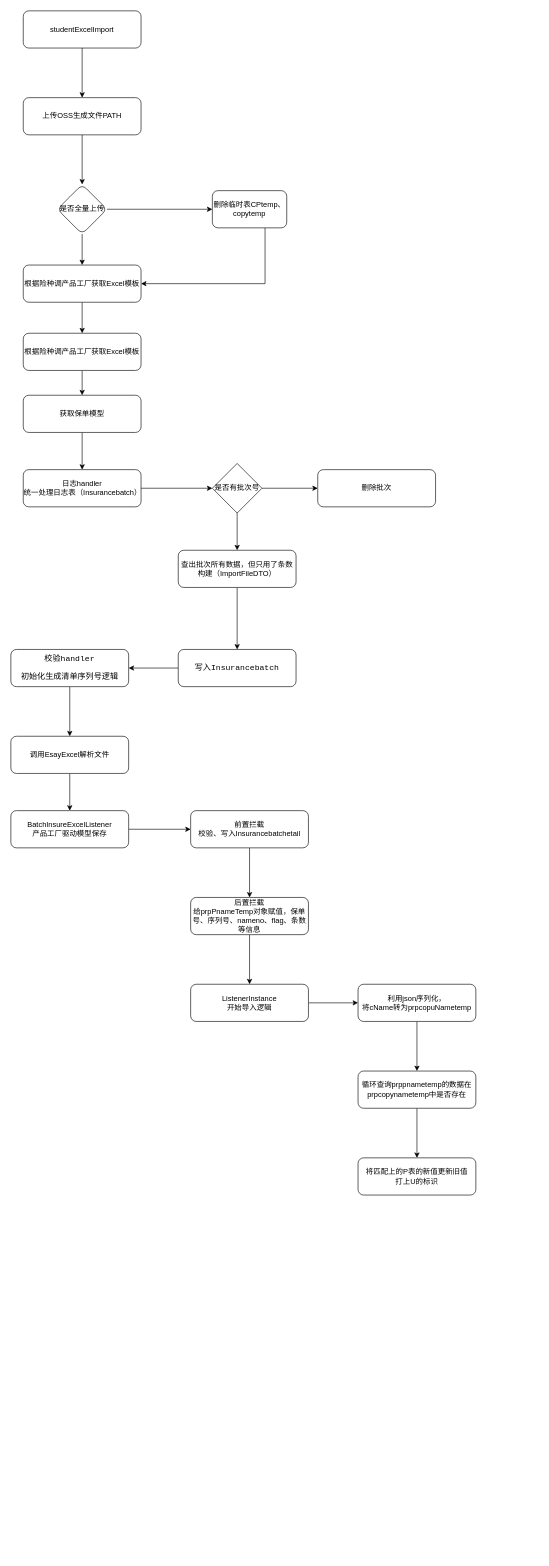
Above: 1701清单上传批改.drawio in java-zengguang/images (draw.io), before the change. Source tidied: cells renumbered, new cells numbered last; positions are measured from the earlier drawing's top-left corner, leaving out a move shared by most shapes. Both pictures are drawn from the tidied source at 62%, with x=0, y=0 at pixel (11, 11).
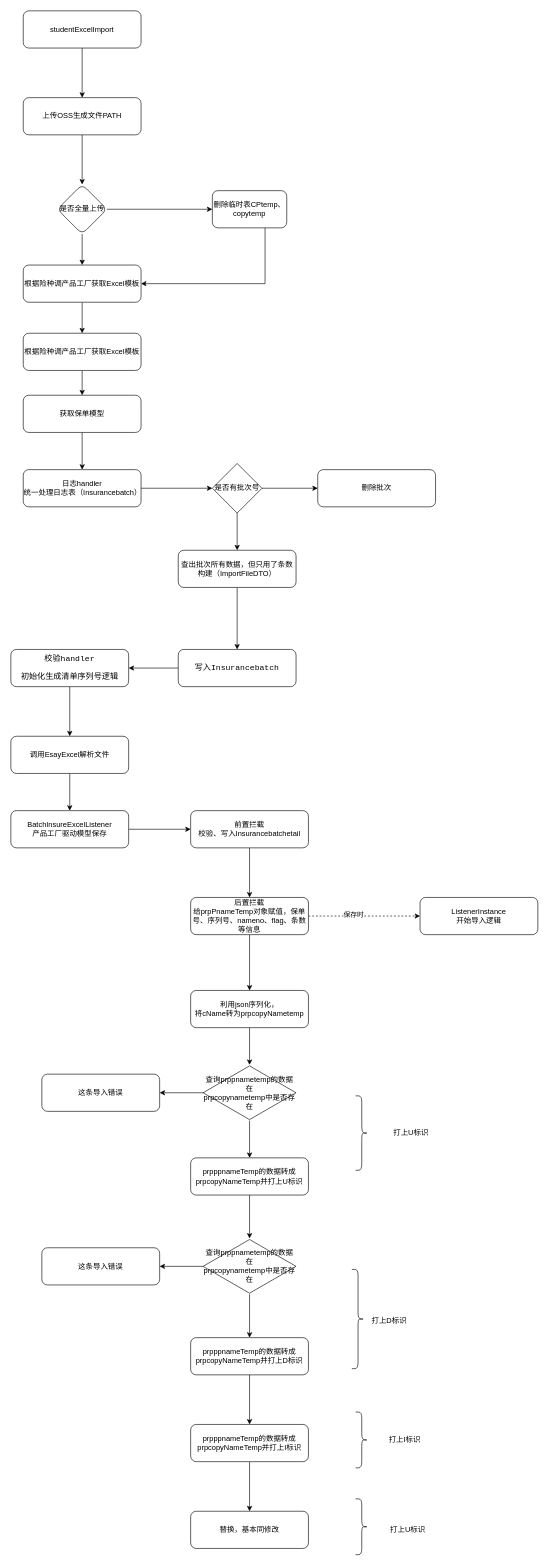
After the change.

Commit message:
更新1701清单上传批改.drawio

The change refers to these unchanged cells:
```xml
<mxCell id="31" value="后置拦截&lt;div&gt;给prpPnameTemp对象赋值，保单号、序列号、nameno、flag、条数等信息&lt;/div&gt;" style="rounded=1;whiteSpace=wrap;html=1;" parent="1" vertex="1">
  <mxGeometry x="290" y="1430" width="190" height="60" as="geometry" />
</mxCell>
```

Diff of the diagram source:
```diff
@@
+    <mxCell id="44" style="edgeStyle=orthogonalEdgeStyle;rounded=0;jettySize=auto;html=1;" parent="1" edge="1" source="31" target="35">
+      <mxGeometry relative="1" as="geometry" />
+    </mxCell>
-    <mxCell id="30" style="edgeStyle=orthogonalEdgeStyle;rounded=0;jettySize=auto;html=1;" parent="1" edge="1" source="31" target="33">
+    <mxCell id="30" style="edgeStyle=orthogonalEdgeStyle;rounded=0;jettySize=auto;html=1;dashed=1;" parent="1" edge="1" source="31" target="33">
       <mxGeometry relative="1" as="geometry" />
     </mxCell>
+    <mxCell id="45" value="保存时" style="edgeLabel;html=1;align=center;verticalAlign=middle;" parent="30" vertex="1">
+      <mxGeometry x="-0.2" y="3" relative="1" as="geometry" />
+    </mxCell>
@@
-    <mxCell id="32" style="edgeStyle=orthogonalEdgeStyle;rounded=0;jettySize=auto;html=1;" parent="1" edge="1" source="33" target="35">
-      <mxGeometry relative="1" as="geometry" />
-    </mxCell>
     <mxCell id="33" value="ListenerInstance&lt;br&gt;开始导入逻辑" style="rounded=1;whiteSpace=wrap;html=1;" parent="1" vertex="1">
-      <mxGeometry x="290" y="1570" width="190" height="60" as="geometry" />
+      <mxGeometry x="660" y="1430" width="190" height="60" as="geometry" />
     </mxCell>
-    <mxCell id="34" style="edgeStyle=orthogonalEdgeStyle;rounded=0;jettySize=auto;html=1;" parent="1" edge="1" source="35" target="42">
-      <mxGeometry relative="1" as="geometry" />
-    </mxCell>
+    <mxCell id="46" style="edgeStyle=orthogonalEdgeStyle;rounded=0;jettySize=auto;html=1;" parent="1" edge="1" source="35" target="57">
+      <mxGeometry relative="1" as="geometry" />
+    </mxCell>
-    <mxCell id="35" value="利用json序列化，&lt;div&gt;将cName转为prpcopuNametemp&lt;/div&gt;" style="rounded=1;whiteSpace=wrap;html=1;" parent="1" vertex="1">
-      <mxGeometry x="560" y="1570" width="190" height="60" as="geometry" />
+    <mxCell id="35" value="利用json序列化，&lt;div&gt;将cName转为prpcopyNametemp&lt;/div&gt;" style="rounded=1;whiteSpace=wrap;html=1;" parent="1" vertex="1">
+      <mxGeometry x="290" y="1580" width="190" height="60" as="geometry" />
     </mxCell>
@@
-    <mxCell id="41" style="edgeStyle=orthogonalEdgeStyle;rounded=0;jettySize=auto;html=1;" parent="1" edge="1" source="42" target="43">
-      <mxGeometry relative="1" as="geometry" />
-    </mxCell>
-    <mxCell id="42" value="循环查询prppnametemp的数据在&lt;div&gt;prpcopynametemp中是否存在&lt;/div&gt;" style="rounded=1;whiteSpace=wrap;html=1;" parent="1" vertex="1">
-      <mxGeometry x="560" y="1710" width="190" height="60" as="geometry" />
+    <mxCell id="42" value="这条导入错误" style="rounded=1;whiteSpace=wrap;html=1;" parent="1" vertex="1">
+      <mxGeometry x="50" y="1715" width="190" height="60" as="geometry" />
     </mxCell>
+    <mxCell id="47" style="edgeStyle=orthogonalEdgeStyle;rounded=0;jettySize=auto;html=1;" parent="1" edge="1" source="43" target="60">
+      <mxGeometry relative="1" as="geometry" />
+    </mxCell>
-    <mxCell id="43" value="将匹配上的P表的新值更新旧值&lt;div&gt;打上U的标识&lt;/div&gt;" style="rounded=1;whiteSpace=wrap;html=1;" parent="1" vertex="1">
-      <mxGeometry x="560" y="1850" width="190" height="60" as="geometry" />
+    <mxCell id="43" value="prpppnameTemp的数据转成prpcopyNameTemp并打上U标识" style="rounded=1;whiteSpace=wrap;html=1;" parent="1" vertex="1">
+      <mxGeometry x="290" y="1850" width="190" height="60" as="geometry" />
     </mxCell>
+    <mxCell id="48" style="shape=curlyBracket;whiteSpace=wrap;html=1;rounded=1;flipH=1;labelPosition=right;verticalLabelPosition=middle;align=left;verticalAlign=middle;" parent="1" vertex="1">
+      <mxGeometry x="556" y="1750" width="20" height="120" as="geometry" />
+    </mxCell>
+    <mxCell id="49" value="打上U标识" style="text;html=1;align=center;verticalAlign=middle;strokeColor=none;fillColor=none;" parent="1" vertex="1">
+      <mxGeometry x="605" y="1795" width="80" height="30" as="geometry" />
+    </mxCell>
+    <mxCell id="50" value="这条导入错误" style="rounded=1;whiteSpace=wrap;html=1;" parent="1" vertex="1">
+      <mxGeometry x="50" y="1995" width="190" height="60" as="geometry" />
+    </mxCell>
+    <mxCell id="51" style="shape=curlyBracket;whiteSpace=wrap;html=1;rounded=1;flipH=1;labelPosition=right;verticalLabelPosition=middle;align=left;verticalAlign=middle;" parent="1" vertex="1">
+      <mxGeometry x="550" y="2030" width="20" height="160" as="geometry" />
+    </mxCell>
+    <mxCell id="52" value="打上D标识" style="text;html=1;align=center;verticalAlign=middle;strokeColor=none;fillColor=none;" parent="1" vertex="1">
+      <mxGeometry x="570" y="2098" width="80" height="30" as="geometry" />
+    </mxCell>
+    <mxCell id="53" style="edgeStyle=orthogonalEdgeStyle;rounded=0;jettySize=auto;html=1;" parent="1" edge="1" source="54" target="62">
+      <mxGeometry relative="1" as="geometry" />
+    </mxCell>
+    <mxCell id="54" value="prpppnameTemp的数据转成prpcopyNameTemp并打上D标识" style="rounded=1;whiteSpace=wrap;html=1;" parent="1" vertex="1">
+      <mxGeometry x="290" y="2140" width="190" height="60" as="geometry" />
+    </mxCell>
+    <mxCell id="55" style="edgeStyle=orthogonalEdgeStyle;rounded=0;jettySize=auto;html=1;" parent="1" edge="1" source="57" target="43">
+      <mxGeometry relative="1" as="geometry" />
+    </mxCell>
+    <mxCell id="56" style="edgeStyle=orthogonalEdgeStyle;rounded=0;jettySize=auto;html=1;" parent="1" edge="1" source="57" target="42">
+      <mxGeometry relative="1" as="geometry" />
+    </mxCell>
+    <mxCell id="57" value="查询prppnametemp的数据在&lt;div&gt;prpcopynametemp中是否存在&lt;/div&gt;" style="html=1;whiteSpace=wrap;shape=isoRectangle;" parent="1" vertex="1">
+      <mxGeometry x="310" y="1700" width="150" height="90" as="geometry" />
+    </mxCell>
+    <mxCell id="58" style="edgeStyle=orthogonalEdgeStyle;rounded=0;jettySize=auto;html=1;" parent="1" edge="1" source="60" target="54">
+      <mxGeometry relative="1" as="geometry" />
+    </mxCell>
+    <mxCell id="59" style="edgeStyle=orthogonalEdgeStyle;rounded=0;jettySize=auto;html=1;" parent="1" edge="1" source="60" target="50">
+      <mxGeometry relative="1" as="geometry" />
+    </mxCell>
+    <mxCell id="60" value="查询prppnametemp的数据在&lt;div&gt;prpcopynametemp中是否存在&lt;/div&gt;" style="html=1;whiteSpace=wrap;shape=isoRectangle;" parent="1" vertex="1">
+      <mxGeometry x="310" y="1980" width="150" height="90" as="geometry" />
+    </mxCell>
+    <mxCell id="61" style="edgeStyle=orthogonalEdgeStyle;rounded=0;jettySize=auto;html=1;" parent="1" edge="1" source="62" target="65">
+      <mxGeometry relative="1" as="geometry" />
+    </mxCell>
+    <mxCell id="62" value="prpppnameTemp的数据转成prpcopyNameTemp并打上I标识" style="rounded=1;whiteSpace=wrap;html=1;" parent="1" vertex="1">
+      <mxGeometry x="290" y="2280" width="190" height="60" as="geometry" />
+    </mxCell>
+    <mxCell id="63" style="shape=curlyBracket;whiteSpace=wrap;html=1;rounded=1;flipH=1;labelPosition=right;verticalLabelPosition=middle;align=left;verticalAlign=middle;" parent="1" vertex="1">
+      <mxGeometry x="556" y="2260" width="20" height="90" as="geometry" />
+    </mxCell>
+    <mxCell id="64" value="打上I标识" style="text;html=1;align=center;verticalAlign=middle;strokeColor=none;fillColor=none;" parent="1" vertex="1">
+      <mxGeometry x="600" y="2290" width="70" height="30" as="geometry" />
+    </mxCell>
+    <mxCell id="65" value="替换，基本同修改" style="rounded=1;whiteSpace=wrap;html=1;" parent="1" vertex="1">
+      <mxGeometry x="290" y="2420" width="190" height="60" as="geometry" />
+    </mxCell>
+    <mxCell id="66" style="shape=curlyBracket;whiteSpace=wrap;html=1;rounded=1;flipH=1;labelPosition=right;verticalLabelPosition=middle;align=left;verticalAlign=middle;" parent="1" vertex="1">
+      <mxGeometry x="556" y="2400" width="20" height="90" as="geometry" />
+    </mxCell>
+    <mxCell id="67" value="打上U标识" style="text;html=1;align=center;verticalAlign=middle;strokeColor=none;fillColor=none;" parent="1" vertex="1">
+      <mxGeometry x="600" y="2435" width="80" height="30" as="geometry" />
+    </mxCell>
```
